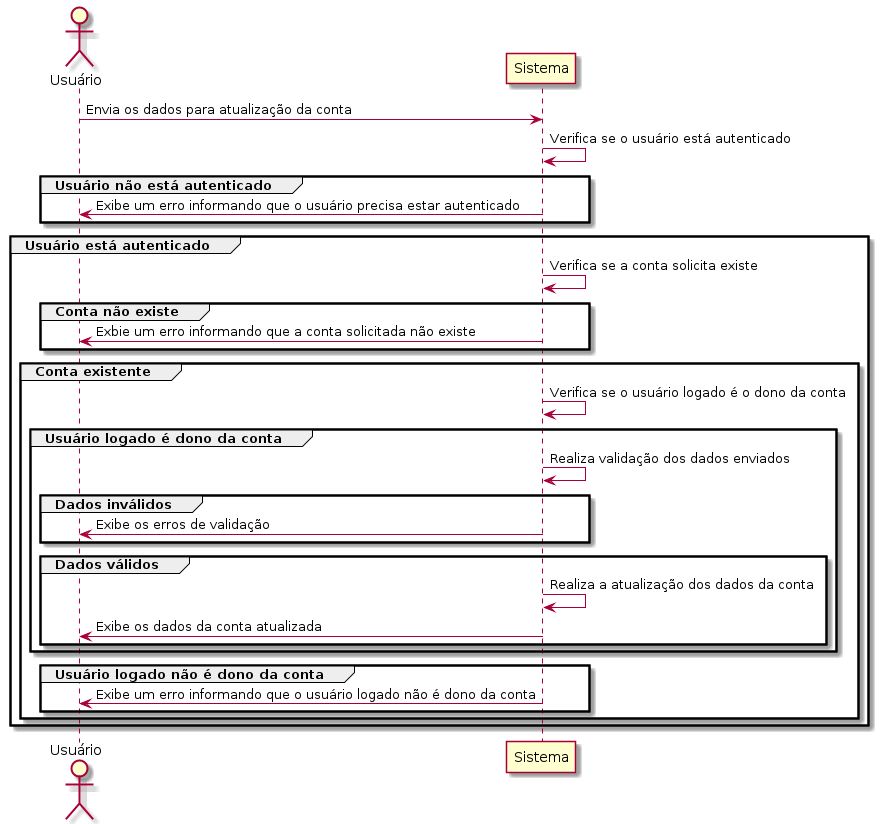
The PlantUML diagram out/casos-de-uso/conta/CON04/CON04.png in CleysonPH/desafio-gastos-pessoais, before a commit. Its diagram source:
```plantuml
@startuml CON04

actor Usuário
participant Sistema

Usuário -> Sistema: Envia os dados para atualização da conta

Sistema -> Sistema: Verifica se o usuário está autenticado

group Usuário não está autenticado
  Sistema -> Usuário: Exibe um erro informando que o usuário precisa estar autenticado
end

group Usuário está autenticado
  Sistema -> Sistema: Verifica se a conta solicita existe
  group Conta não existe
    Sistema -> Usuário: Exbie um erro informando que a conta solicitada não existe
  end

  group Conta existente
    Sistema -> Sistema: Verifica se o usuário logado é o dono da conta

    group Usuário logado é dono da conta
      Sistema -> Sistema: Realiza validação dos dados enviados

      group Dados inválidos
        Sistema -> Usuário: Exibe os erros de validação
      end

      group Dados válidos
        Sistema -> Sistema: Realiza a atualização dos dados da conta

        Sistema -> Usuário: Exibe os dados da conta atualizada
      end
    end

    group Usuário logado não é dono da conta
      Sistema -> Usuário: Exibe um erro informando que o usuário logado não é dono da conta
    end
  end
end

@enduml
```
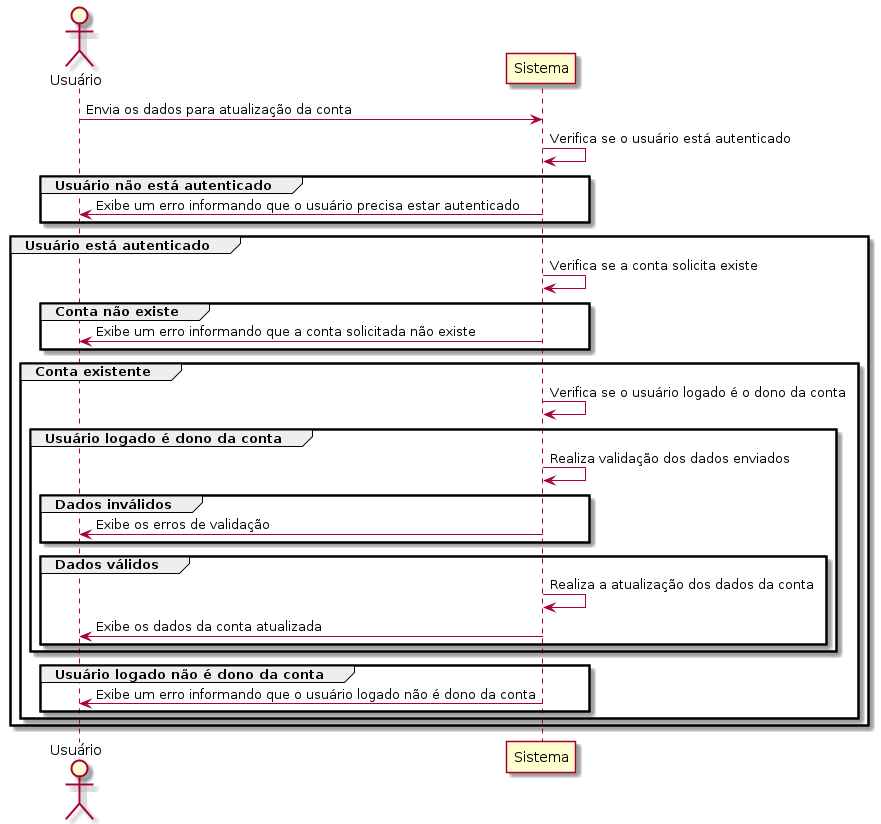
After the change.

Commit message:
corrige erro de digitação

The edit, as a diff of the source:
```diff
@@ -14,7 +14,7 @@
 group Usuário está autenticado
   Sistema -> Sistema: Verifica se a conta solicita existe
   group Conta não existe
-    Sistema -> Usuário: Exbie um erro informando que a conta solicitada não existe
+    Sistema -> Usuário: Exibe um erro informando que a conta solicitada não existe
   end
 
   group Conta existente
```
